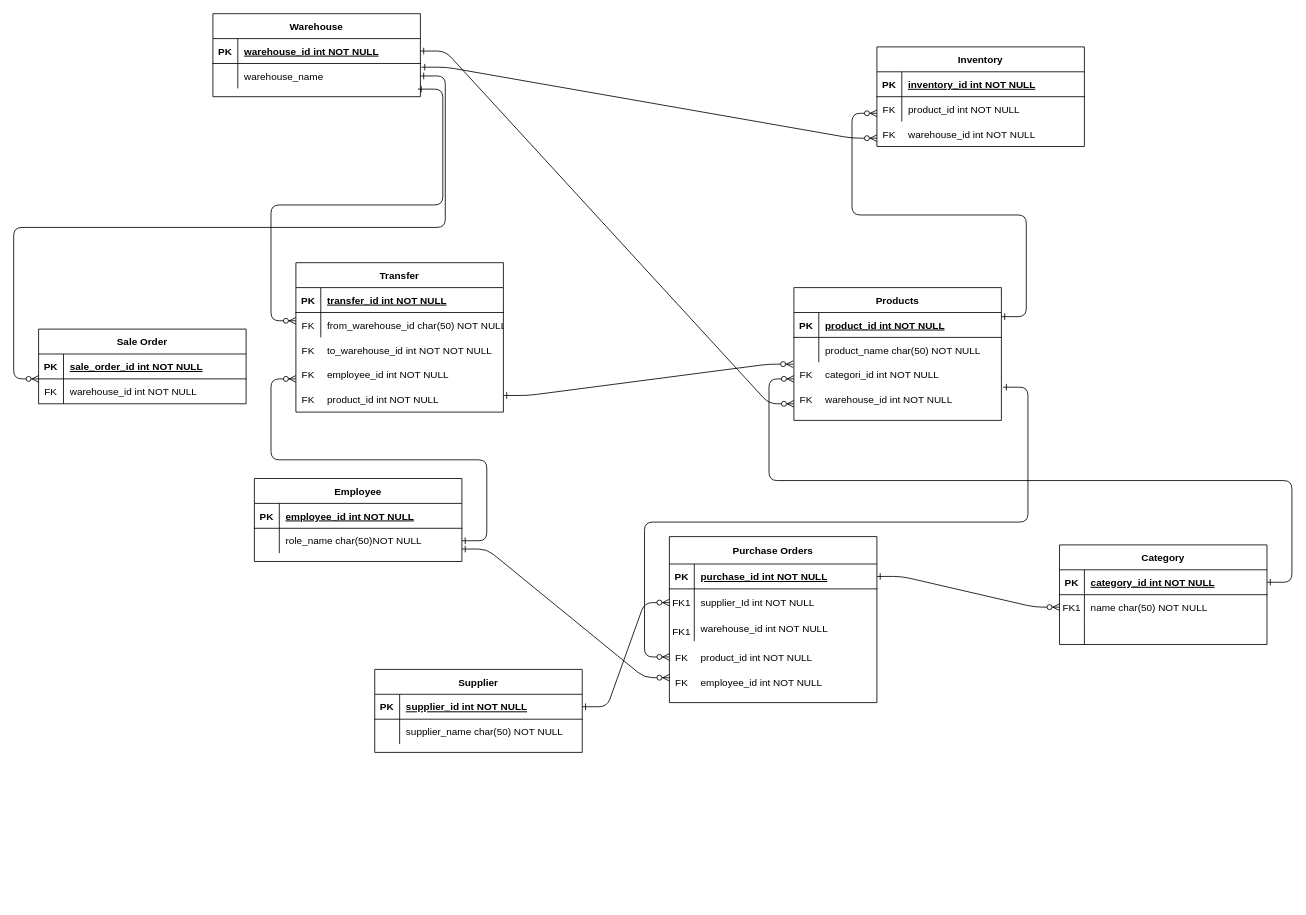
Before: diagrams/ERD.drawio in BhathiyaPrasad/odoo-inventory-pasalka, a draw.io diagram. Source tidied: cells renumbered, new cells numbered last; positions are measured from the earlier drawing's top-left corner, leaving out a move shared by most shapes. Both pictures are drawn from the tidied source at 83%, with x=0, y=0 at pixel (38, 13).
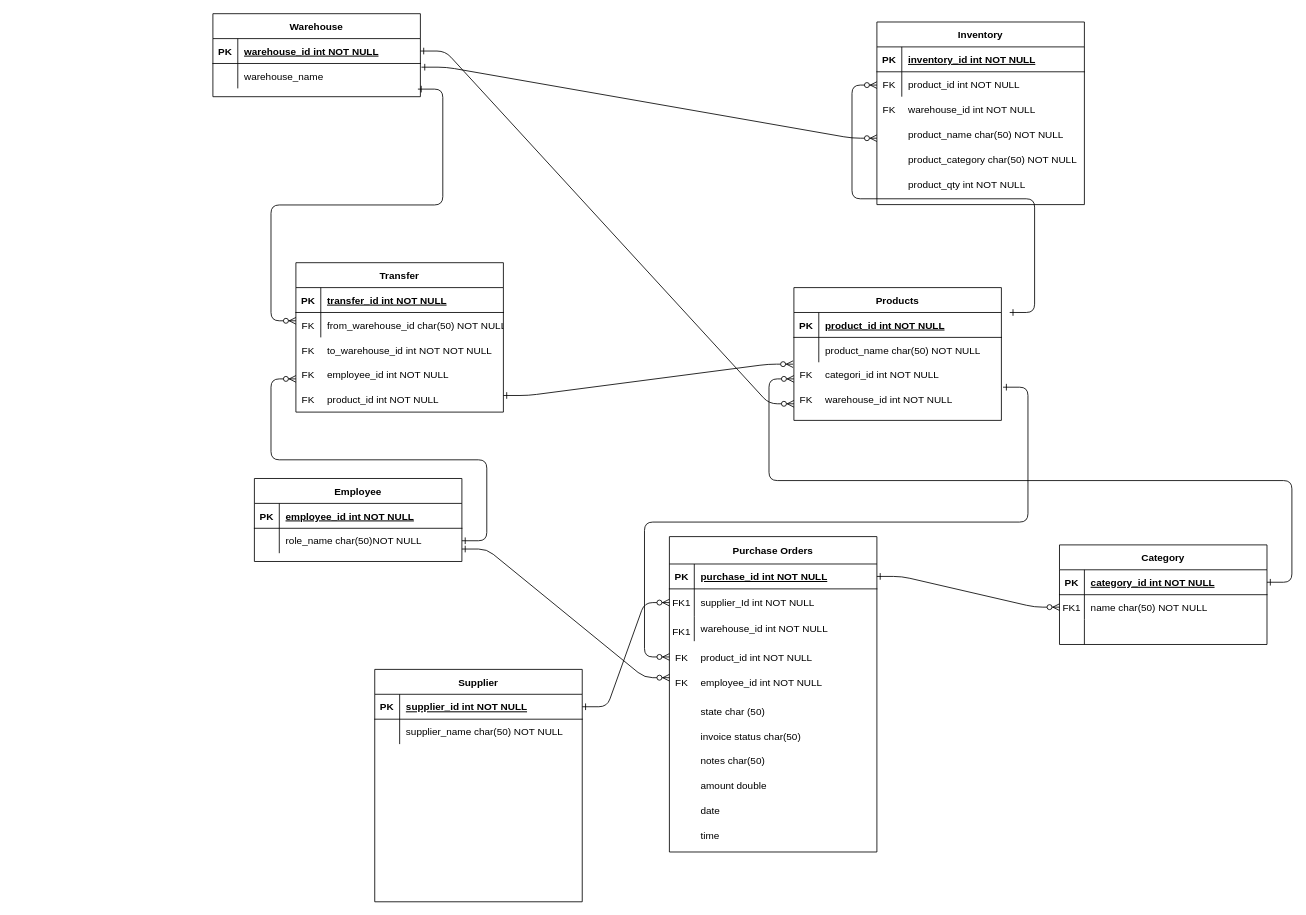
The same page after the edit.

Unchanged cells that the change refers to:
```xml
<mxCell id="42" style="shape=partialRectangle;fillColor=none;points=[[0,0.5],[1,0.5]];portConstraint=eastwest;top=0;left=0;right=0;bottom=0;" parent="38" vertex="1">
  <mxGeometry y="60" width="250" height="30" as="geometry" />
</mxCell>
```

Diff of the diagram source:
```diff
@@
-    <mxCell id="4" value="Purchase Orders" style="shape=table;startSize=33;childLayout=tableLayout;rowLines=0;fontStyle=1;align=center;" parent="1" vertex="1">
-      <mxGeometry x="760" y="630" width="250" height="200" as="geometry" />
+    <mxCell id="4" value="Purchase Orders" style="shape=table;startSize=33;childLayout=tableLayout;rowLines=0;fontStyle=1;align=center;swimlaneFillColor=none;" parent="1" vertex="1">
+      <mxGeometry x="760" y="630" width="250" height="380" as="geometry" />
     </mxCell>
@@
     <mxCell id="24" value="Supplier" style="shape=table;startSize=30;childLayout=tableLayout;rowLines=0;fontStyle=1;align=center;" parent="1" vertex="1">
-      <mxGeometry x="405" y="790" width="250" height="100" as="geometry" />
+      <mxGeometry x="405" y="790" width="250" height="280" as="geometry" />
     </mxCell>
@@
     <mxCell id="46" value="Inventory" style="shape=table;startSize=30;childLayout=tableLayout;rowLines=0;fontStyle=1;align=center;" parent="1" vertex="1">
-      <mxGeometry x="1010" y="40" width="250" height="120" as="geometry" />
+      <mxGeometry x="1010" y="10" width="250" height="220" as="geometry" />
     </mxCell>
@@
     <mxCell id="71" value="warehouse_id int NOT NULL" style="shape=partialRectangle;overflow=hidden;fillColor=none;top=0;left=0;bottom=0;right=0;align=left;spacingLeft=6;" parent="1" vertex="1">
-      <mxGeometry x="1040" y="130" width="220" height="30" as="geometry" />
+      <mxGeometry x="1040" y="100" width="220" height="30" as="geometry" />
     </mxCell>
     <mxCell id="72" value="FK" style="shape=partialRectangle;overflow=hidden;fillColor=none;top=0;left=0;bottom=0;right=0;" parent="1" vertex="1">
-      <mxGeometry x="1010" y="130" width="30" height="30" as="geometry" />
+      <mxGeometry x="1010" y="100" width="30" height="30" as="geometry" />
     </mxCell>
@@
-    <mxCell id="76" value="Sale Order" style="shape=table;startSize=30;childLayout=tableLayout;rowLines=0;fontStyle=1;align=center;" parent="1" vertex="1">
-      <mxGeometry y="380" width="250" height="90" as="geometry" />
-    </mxCell>
-    <mxCell id="77" style="shape=partialRectangle;fillColor=none;top=0;left=0;right=0;bottom=1;" parent="76" vertex="1">
-      <mxGeometry y="30" width="250" height="30" as="geometry" />
-    </mxCell>
-    <mxCell id="78" value="PK" style="shape=partialRectangle;overflow=hidden;fillColor=none;top=0;left=0;bottom=0;right=0;fontStyle=1;" parent="77" vertex="1">
-      <mxGeometry width="30" height="30" as="geometry" />
-    </mxCell>
-    <mxCell id="79" value="sale_order_id int NOT NULL " style="shape=partialRectangle;overflow=hidden;fillColor=none;top=0;left=0;bottom=0;right=0;align=left;spacingLeft=6;fontStyle=5;" parent="77" vertex="1">
-      <mxGeometry x="30" width="220" height="30" as="geometry" />
-    </mxCell>
-    <mxCell id="80" style="shape=partialRectangle;fillColor=none;top=0;left=0;right=0;bottom=0;" parent="76" vertex="1">
-      <mxGeometry y="60" width="250" height="30" as="geometry" />
-    </mxCell>
-    <mxCell id="81" style="shape=partialRectangle;overflow=hidden;fillColor=none;top=0;left=0;bottom=0;right=0;" parent="80" vertex="1">
-      <mxGeometry width="30" height="30" as="geometry" />
-    </mxCell>
-    <mxCell id="82" value="warehouse_id int NOT NULL" style="shape=partialRectangle;overflow=hidden;fillColor=none;top=0;left=0;bottom=0;right=0;align=left;spacingLeft=6;" parent="80" vertex="1">
-      <mxGeometry x="30" width="220" height="30" as="geometry" />
-    </mxCell>
-    <mxCell id="83" value="FK" style="shape=partialRectangle;overflow=hidden;fillColor=none;top=0;left=0;bottom=0;right=0;" parent="1" vertex="1">
-      <mxGeometry y="440" width="30" height="30" as="geometry" />
-    </mxCell>
@@
     <mxCell id="85" style="edgeStyle=entityRelationEdgeStyle;endArrow=ERzeroToMany;startArrow=ERone;endFill=1;startFill=0;exitX=1;exitY=0.5;exitDx=0;exitDy=0;" parent="1" edge="1">
       <mxGeometry relative="1" as="geometry">
-        <mxPoint x="1160" y="365" as="sourcePoint" />
-        <mxPoint x="1010" y="120" as="targetPoint" />
+        <mxPoint x="1170" y="360" as="sourcePoint" />
+        <mxPoint x="1010" y="86" as="targetPoint" />
+        <Array as="points">
+          <mxPoint x="1080" y="265" />
+          <mxPoint x="1190" y="315" />
+          <mxPoint x="1080" y="275" />
+          <mxPoint x="1020" y="75" />
+        </Array>
       </mxGeometry>
     </mxCell>
@@
-    <mxCell id="93" style="edgeStyle=entityRelationEdgeStyle;endArrow=ERzeroToMany;startArrow=ERone;endFill=1;startFill=0;" parent="1" edge="1" source="42">
-      <mxGeometry relative="1" as="geometry">
-        <mxPoint y="440" as="targetPoint" />
-      </mxGeometry>
-    </mxCell>
@@
-    <mxCell id="100" value="employee_id int NOT NULL" style="shape=partialRectangle;overflow=hidden;fillColor=none;top=0;left=0;bottom=0;right=0;align=left;spacingLeft=6;" parent="1" vertex="1">
+    <mxCell id="100" value="employee_id int NOT NULL" style="shape=partialRectangle;overflow=hidden;fillColor=none;top=0;left=0;bottom=0;right=0;align=left;spacingLeft=6;strokeColor=default;perimeterSpacing=0;strokeWidth=3;shadow=0;labelBorderColor=none;" parent="1" vertex="1">
       <mxGeometry x="790" y="790" width="220" height="30" as="geometry" />
     </mxCell>
@@
+    <mxCell id="102" value="state char (50)" style="shape=partialRectangle;overflow=hidden;fillColor=none;top=0;left=0;bottom=0;right=0;align=left;spacingLeft=6;" parent="1" vertex="1">
+      <mxGeometry x="790" y="825" width="220" height="30" as="geometry" />
+    </mxCell>
+    <mxCell id="103" value="invoice status char(50)" style="shape=partialRectangle;overflow=hidden;fillColor=none;top=0;left=0;bottom=0;right=0;align=left;spacingLeft=6;" parent="1" vertex="1">
+      <mxGeometry x="790" y="855" width="220" height="30" as="geometry" />
+    </mxCell>
+    <mxCell id="104" value="notes char(50)" style="shape=partialRectangle;overflow=hidden;fillColor=none;top=0;left=0;bottom=0;right=0;align=left;spacingLeft=6;" parent="1" vertex="1">
+      <mxGeometry x="790" y="885" width="220" height="30" as="geometry" />
+    </mxCell>
+    <mxCell id="105" value="amount double" style="shape=partialRectangle;overflow=hidden;fillColor=none;top=0;left=0;bottom=0;right=0;align=left;spacingLeft=6;" parent="1" vertex="1">
+      <mxGeometry x="790" y="915" width="220" height="30" as="geometry" />
+    </mxCell>
+    <mxCell id="106" value="date" style="shape=partialRectangle;overflow=hidden;fillColor=none;top=0;left=0;bottom=0;right=0;align=left;spacingLeft=6;" parent="1" vertex="1">
+      <mxGeometry x="790" y="945" width="220" height="30" as="geometry" />
+    </mxCell>
+    <mxCell id="107" value="time " style="shape=partialRectangle;overflow=hidden;fillColor=none;top=0;left=0;bottom=0;right=0;align=left;spacingLeft=6;" parent="1" vertex="1">
+      <mxGeometry x="790" y="975" width="220" height="30" as="geometry" />
+    </mxCell>
+    <mxCell id="108" value="product_name char(50) NOT NULL" style="shape=partialRectangle;overflow=hidden;fillColor=none;top=0;left=0;bottom=0;right=0;align=left;spacingLeft=6;" parent="1" vertex="1">
+      <mxGeometry x="1040" y="130" width="220" height="30" as="geometry" />
+    </mxCell>
+    <mxCell id="109" value="product_category char(50) NOT NULL" style="shape=partialRectangle;overflow=hidden;fillColor=none;top=0;left=0;bottom=0;right=0;align=left;spacingLeft=6;" parent="1" vertex="1">
+      <mxGeometry x="1040" y="160" width="220" height="30" as="geometry" />
+    </mxCell>
+    <mxCell id="110" value="product_qty int NOT NULL" style="shape=partialRectangle;overflow=hidden;fillColor=none;top=0;left=0;bottom=0;right=0;align=left;spacingLeft=6;" parent="1" vertex="1">
+      <mxGeometry x="1040" y="190" width="220" height="30" as="geometry" />
+    </mxCell>
```
